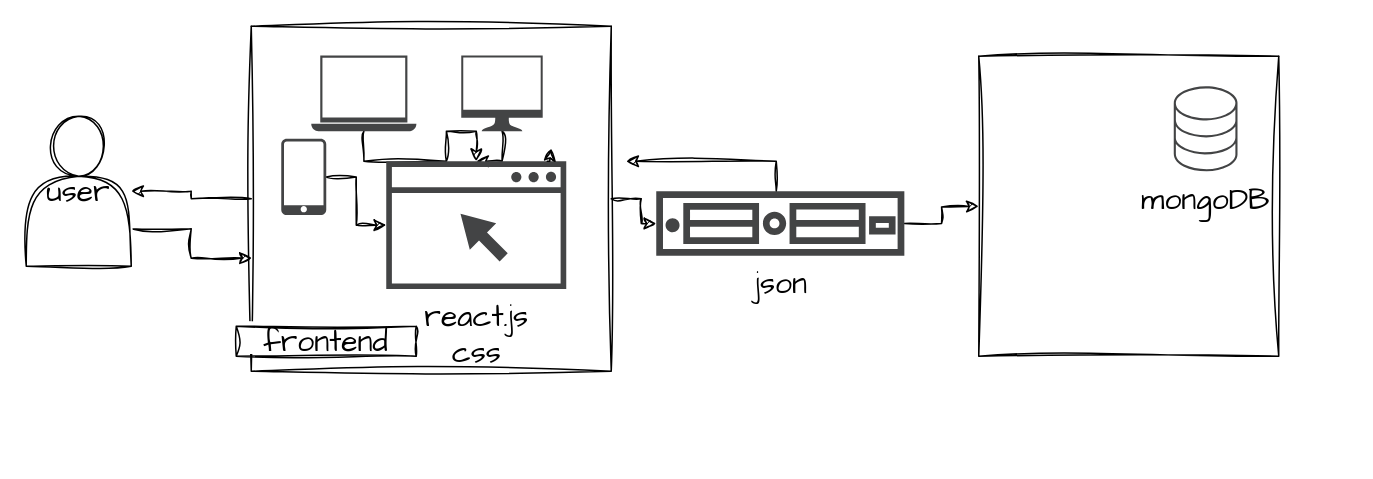
This is Untitled Diagram.drawio from Tinachint/on-demandHomeServices, a draw.io file, before an edit. Source tidied: cells renumbered, new cells numbered last; positions are measured from the earlier drawing's top-left corner, leaving out a move shared by most shapes. Both pictures are drawn from the tidied source at 150%, with x=0, y=0 at pixel (26, 26).
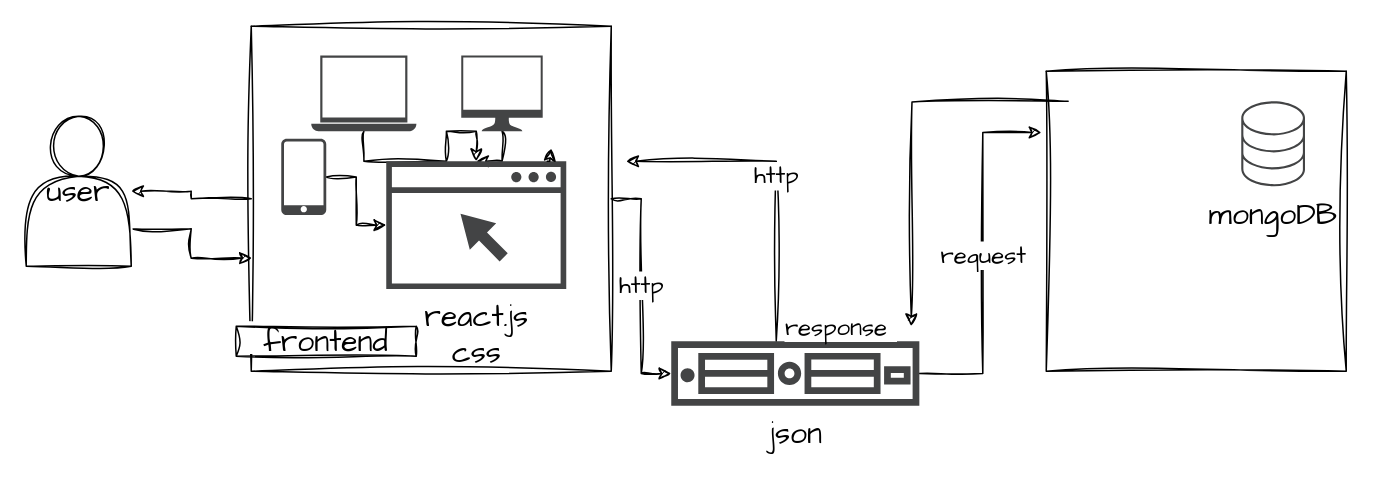
Above is the later version.

The change refers to these unchanged cells:
```xml
<mxCell id="7" style="swimlane;startSize=0;sketch=1;hachureGap=4;jiggle=2;curveFitting=1;fontFamily=Architects Daughter;fontSize=17;" parent="1" vertex="1">
  <mxGeometry x="150" width="240" height="230" as="geometry" />
</mxCell>
```

The edit, as a diff of the source:
```diff
@@
-    <mxCell id="6" style="edgeStyle=orthogonalEdgeStyle;rounded=0;sketch=1;hachureGap=4;jiggle=2;curveFitting=1;jettySize=auto;html=1;fontFamily=Architects Daughter;fontSize=16;" parent="1" edge="1" source="7" target="19">
+    <mxCell id="6" value="http" style="edgeStyle=orthogonalEdgeStyle;rounded=0;sketch=1;hachureGap=4;jiggle=2;curveFitting=1;jettySize=auto;html=1;fontFamily=Architects Daughter;fontSize=16;" parent="1" edge="1" source="7" target="19">
       <mxGeometry relative="1" as="geometry" />
     </mxCell>
@@
-    <mxCell id="17" style="edgeStyle=orthogonalEdgeStyle;rounded=0;sketch=1;hachureGap=4;jiggle=2;curveFitting=1;jettySize=auto;html=1;fontFamily=Architects Daughter;fontSize=16;" parent="1" edge="1" source="19">
-      <mxGeometry relative="1" as="geometry">
-        <mxPoint x="635" y="120" as="targetPoint" />
-      </mxGeometry>
+    <mxCell id="17" value="request" style="edgeStyle=orthogonalEdgeStyle;rounded=0;sketch=1;hachureGap=4;jiggle=2;curveFitting=1;jettySize=auto;html=1;fontFamily=Architects Daughter;fontSize=16;entryX=-0.016;entryY=0.204;entryDx=0;entryDy=0;entryPerimeter=0;" parent="1" edge="1" source="19" target="20">
+      <mxGeometry relative="1" as="geometry" />
     </mxCell>
-    <mxCell id="18" style="edgeStyle=orthogonalEdgeStyle;rounded=0;sketch=1;hachureGap=4;jiggle=2;curveFitting=1;jettySize=auto;html=1;fontFamily=Architects Daughter;fontSize=16;" parent="1" edge="1" source="19">
+    <mxCell id="18" value="http" style="edgeStyle=orthogonalEdgeStyle;rounded=0;sketch=1;hachureGap=4;jiggle=2;curveFitting=1;jettySize=auto;html=1;fontFamily=Architects Daughter;fontSize=16;" parent="1" edge="1" source="19">
       <mxGeometry relative="1" as="geometry">
         <mxPoint x="400" y="90" as="targetPoint" />
         <Array as="points">
           <mxPoint x="500" y="90" />
         </Array>
       </mxGeometry>
     </mxCell>
     <mxCell id="19" value="json" style="sketch=0;shadow=0;dashed=0;html=1;strokeColor=none;fillColor=#434445;labelPosition=center;verticalLabelPosition=bottom;verticalAlign=top;align=center;outlineConnect=0;shape=mxgraph.vvd.server;hachureGap=4;jiggle=2;curveFitting=1;fontFamily=Architects Daughter;fontSize=20;" parent="1" vertex="1">
-      <mxGeometry x="420" y="110" width="165.4" height="43" as="geometry" />
+      <mxGeometry x="430" y="210" width="165.4" height="43" as="geometry" />
     </mxCell>
+    <mxCell id="22" value="response&amp;nbsp;" style="edgeStyle=orthogonalEdgeStyle;rounded=0;sketch=1;hachureGap=4;jiggle=2;curveFitting=1;orthogonalLoop=1;jettySize=auto;html=1;fontFamily=Architects Daughter;fontSize=16;" parent="1" edge="1">
+      <mxGeometry x="1" y="-42" relative="1" as="geometry">
+        <mxPoint x="694.6" y="50" as="sourcePoint" />
+        <mxPoint x="590" y="200" as="targetPoint" />
+        <mxPoint x="-5" y="1" as="offset" />
+      </mxGeometry>
+    </mxCell>
     <mxCell id="20" style="swimlane;startSize=0;sketch=1;hachureGap=4;jiggle=2;curveFitting=1;fontFamily=Architects Daughter;fontSize=20;" parent="1" vertex="1">
-      <mxGeometry x="635" y="20" width="200" height="200" as="geometry" />
+      <mxGeometry x="680" y="30" width="200" height="200" as="geometry" />
     </mxCell>
```
